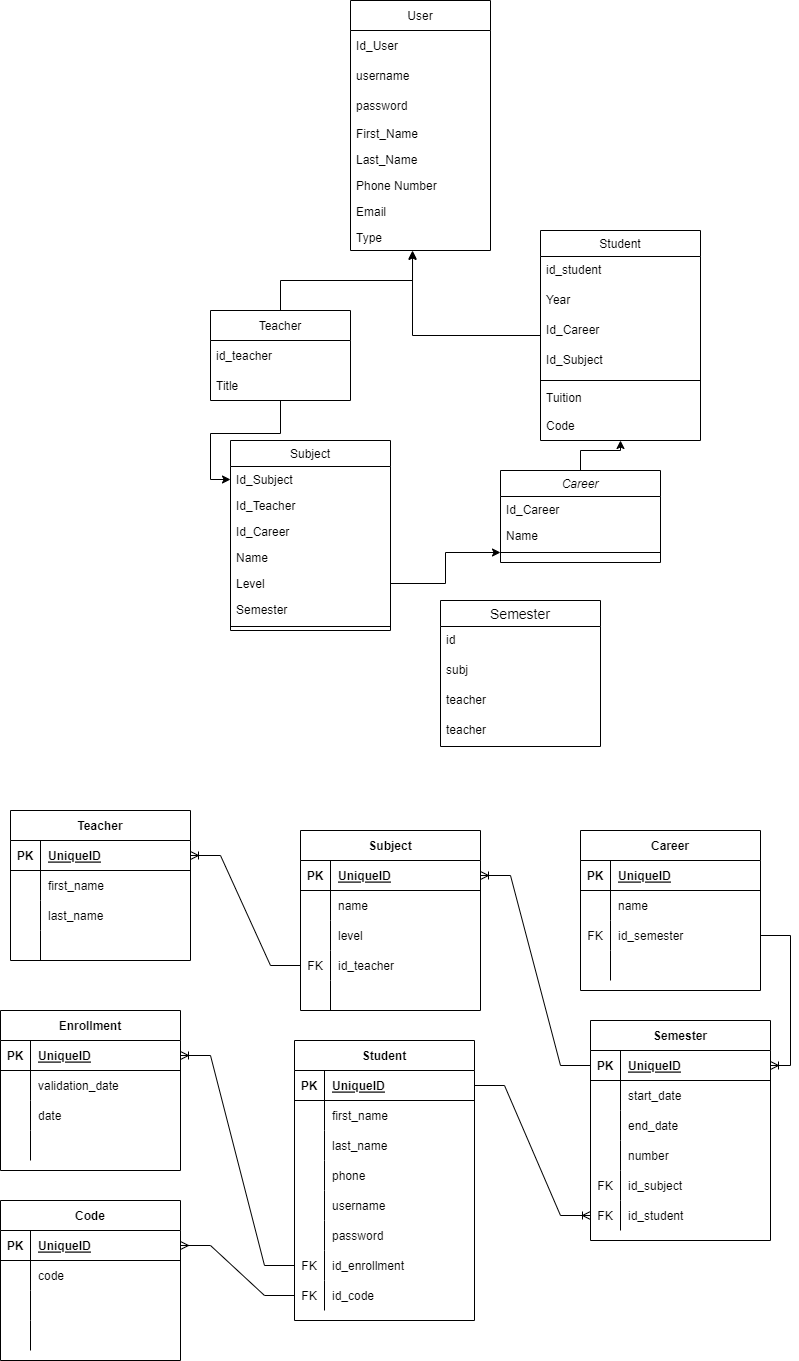
GuilleAlvarado/draw keeps this draw.io diagram as University Diagram.drawio.png. Above is the earlier version. Source tidied: cells renumbered, new cells last; positions are measured from the earlier drawing's top-left corner, leaving out a move shared by most shapes.
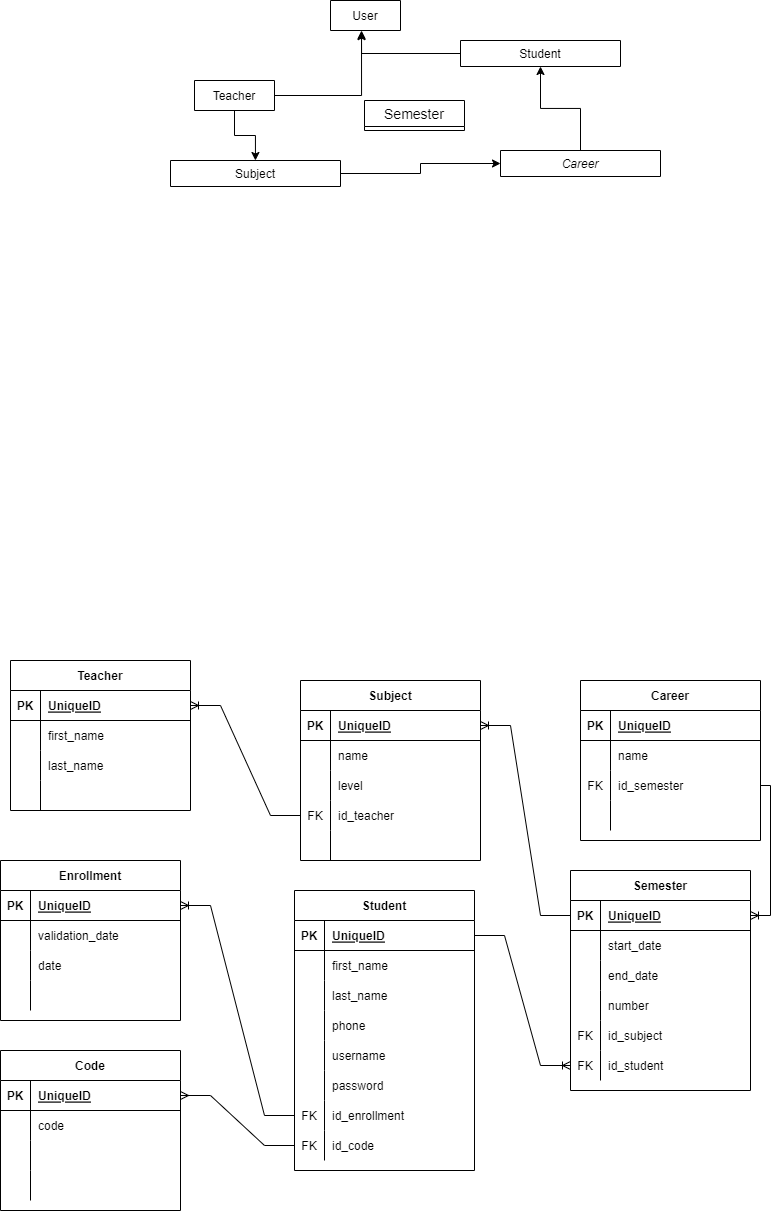
Above is the later version.

Change to the diagram source:
```diff
@@ -5,129 +5,24 @@
     <mxCell id="2" style="edgeStyle=orthogonalEdgeStyle;rounded=0;jettySize=auto;html=1;entryX=0.5;entryY=1;entryDx=0;entryDy=0;" parent="1" edge="1" source="3" target="16">
       <mxGeometry relative="1" as="geometry" />
     </mxCell>
-    <mxCell id="3" value="Career" style="swimlane;fontStyle=2;align=center;verticalAlign=top;horizontal=1;startSize=26;rounded=0;shadow=0;strokeWidth=1;" parent="1" vertex="1">
-      <mxGeometry x="500" y="470" width="160" height="92" as="geometry" />
+    <mxCell id="3" value="Career" style="swimlane;fontStyle=2;align=center;verticalAlign=top;horizontal=1;startSize=26;rounded=0;shadow=0;strokeWidth=1;" parent="1" vertex="1" collapsed="1">
+      <mxGeometry x="520" y="150" width="160" height="26" as="geometry" />
     </mxCell>
-    <mxCell id="4" value="Id_Career" style="text;align=left;verticalAlign=top;spacingLeft=4;spacingRight=4;overflow=hidden;" parent="3" vertex="1">
-      <mxGeometry y="26" width="160" height="26" as="geometry" />
-    </mxCell>
-    <mxCell id="5" value="Name" style="text;align=left;verticalAlign=top;spacingLeft=4;spacingRight=4;overflow=hidden;rounded=0;shadow=0;html=0;" parent="3" vertex="1">
-      <mxGeometry y="52" width="160" height="26" as="geometry" />
-    </mxCell>
-    <mxCell id="6" style="line;html=1;strokeWidth=1;align=left;verticalAlign=middle;spacingTop=-1;spacingLeft=3;spacingRight=3;labelPosition=right;points=[];portConstraint=eastwest;" parent="3" vertex="1">
-      <mxGeometry y="78" width="160" height="8" as="geometry" />
-    </mxCell>
-    <mxCell id="7" value="Subject" style="swimlane;fontStyle=0;align=center;verticalAlign=top;horizontal=1;startSize=26;rounded=0;shadow=0;strokeWidth=1;" parent="1" vertex="1">
-      <mxGeometry x="230" y="440" width="160" height="190" as="geometry" />
+    <mxCell id="7" value="Subject" style="swimlane;fontStyle=0;align=center;verticalAlign=top;horizontal=1;startSize=26;rounded=0;shadow=0;strokeWidth=1;" parent="1" vertex="1" collapsed="1">
+      <mxGeometry x="190" y="160" width="170" height="26" as="geometry" />
     </mxCell>
-    <mxCell id="8" value="Id_Subject" style="text;align=left;verticalAlign=top;spacingLeft=4;spacingRight=4;overflow=hidden;points=[[0,0.5],[1,0.5]];portConstraint=eastwest;" parent="7" vertex="1">
-      <mxGeometry y="26" width="160" height="26" as="geometry" />
-    </mxCell>
-    <mxCell id="9" value="Id_Teacher" style="text;align=left;verticalAlign=top;spacingLeft=4;spacingRight=4;overflow=hidden;" parent="7" vertex="1">
-      <mxGeometry y="52" width="160" height="26" as="geometry" />
-    </mxCell>
-    <mxCell id="10" value="Id_Career" style="text;align=left;verticalAlign=top;spacingLeft=4;spacingRight=4;overflow=hidden;" parent="7" vertex="1">
-      <mxGeometry y="78" width="160" height="26" as="geometry" />
-    </mxCell>
-    <mxCell id="11" value="Name" style="text;align=left;verticalAlign=top;spacingLeft=4;spacingRight=4;overflow=hidden;" parent="7" vertex="1">
-      <mxGeometry y="104" width="160" height="26" as="geometry" />
-    </mxCell>
-    <mxCell id="12" value="Level" style="text;align=left;verticalAlign=top;spacingLeft=4;spacingRight=4;overflow=hidden;points=[[0,0.5],[1,0.5]];portConstraint=eastwest;" parent="7" vertex="1">
-      <mxGeometry y="130" width="160" height="26" as="geometry" />
-    </mxCell>
-    <mxCell id="13" value="Semester" style="text;align=left;verticalAlign=top;spacingLeft=4;spacingRight=4;overflow=hidden;" parent="7" vertex="1">
-      <mxGeometry y="156" width="160" height="26" as="geometry" />
-    </mxCell>
-    <mxCell id="14" style="line;html=1;strokeWidth=1;align=left;verticalAlign=middle;spacingTop=-1;spacingLeft=3;spacingRight=3;labelPosition=right;" parent="7" vertex="1">
-      <mxGeometry y="182" width="160" height="8" as="geometry" />
-    </mxCell>
-    <mxCell id="15" style="edgeStyle=orthogonalEdgeStyle;rounded=0;jettySize=auto;html=1;entryX=0.443;entryY=1.038;entryDx=0;entryDy=0;entryPerimeter=0;" parent="1" edge="1" source="16" target="32">
-      <mxGeometry relative="1" as="geometry" />
-    </mxCell>
-    <mxCell id="16" value="Student" style="swimlane;fontStyle=0;align=center;verticalAlign=top;horizontal=1;startSize=26;rounded=0;shadow=0;strokeWidth=1;" parent="1" vertex="1">
-      <mxGeometry x="540" y="230" width="160" height="210" as="geometry" />
+    <mxCell id="16" value="Student" style="swimlane;fontStyle=0;align=center;verticalAlign=top;horizontal=1;startSize=26;rounded=0;shadow=0;strokeWidth=1;" parent="1" vertex="1" collapsed="1">
+      <mxGeometry x="480" y="40" width="160" height="26" as="geometry" />
     </mxCell>
-    <mxCell id="17" value="id_student" style="text;align=left;verticalAlign=top;spacingLeft=4;spacingRight=4;overflow=hidden;rounded=0;shadow=0;html=0;" parent="16" vertex="1">
-      <mxGeometry y="26" width="160" height="30" as="geometry" />
-    </mxCell>
-    <mxCell id="18" value="Year" style="text;align=left;verticalAlign=top;spacingLeft=4;spacingRight=4;overflow=hidden;rounded=0;shadow=0;html=0;" parent="16" vertex="1">
-      <mxGeometry y="56" width="160" height="30" as="geometry" />
-    </mxCell>
-    <mxCell id="19" value="Id_Career" style="text;align=left;verticalAlign=top;spacingLeft=4;spacingRight=4;overflow=hidden;rounded=0;shadow=0;html=0;" parent="16" vertex="1">
-      <mxGeometry y="86" width="160" height="30" as="geometry" />
-    </mxCell>
-    <mxCell id="20" value="Id_Subject" style="text;align=left;verticalAlign=top;spacingLeft=4;spacingRight=4;overflow=hidden;rounded=0;shadow=0;html=0;" parent="16" vertex="1">
-      <mxGeometry y="116" width="160" height="30" as="geometry" />
-    </mxCell>
-    <mxCell id="21" style="line;html=1;strokeWidth=1;align=left;verticalAlign=middle;spacingTop=-1;spacingLeft=3;spacingRight=3;labelPosition=right;" parent="16" vertex="1">
-      <mxGeometry y="146" width="160" height="8" as="geometry" />
-    </mxCell>
-    <mxCell id="22" value="Tuition" style="text;align=left;verticalAlign=top;spacingLeft=4;spacingRight=4;overflow=hidden;" parent="16" vertex="1">
-      <mxGeometry y="154" width="160" height="26" as="geometry" />
-    </mxCell>
-    <mxCell id="23" value="Code" style="text;strokeColor=none;fillColor=none;align=left;verticalAlign=middle;spacingLeft=4;spacingRight=4;overflow=hidden;" parent="16" vertex="1">
-      <mxGeometry y="180" width="160" height="30" as="geometry" />
-    </mxCell>
-    <mxCell id="24" value="User" style="swimlane;fontStyle=0;horizontal=1;startSize=30;" parent="1" vertex="1">
-      <mxGeometry x="350" width="140" height="250" as="geometry" />
+    <mxCell id="24" value="User" style="swimlane;fontStyle=0;horizontal=1;startSize=30;" parent="1" vertex="1" collapsed="1">
+      <mxGeometry x="350" width="70" height="30" as="geometry" />
     </mxCell>
-    <mxCell id="25" value="Id_User" style="text;strokeColor=none;fillColor=none;align=left;verticalAlign=middle;spacingLeft=4;spacingRight=4;overflow=hidden;" parent="24" vertex="1">
-      <mxGeometry y="30" width="140" height="30" as="geometry" />
-    </mxCell>
-    <mxCell id="26" value="username" style="text;strokeColor=none;fillColor=none;align=left;verticalAlign=middle;spacingLeft=4;spacingRight=4;overflow=hidden;" parent="24" vertex="1">
-      <mxGeometry y="60" width="140" height="30" as="geometry" />
-    </mxCell>
-    <mxCell id="27" value="password" style="text;strokeColor=none;fillColor=none;align=left;verticalAlign=middle;spacingLeft=4;spacingRight=4;overflow=hidden;" parent="24" vertex="1">
-      <mxGeometry y="90" width="140" height="30" as="geometry" />
-    </mxCell>
-    <mxCell id="28" value="First_Name" style="text;align=left;verticalAlign=top;spacingLeft=4;spacingRight=4;overflow=hidden;rounded=0;shadow=0;html=0;" parent="24" vertex="1">
-      <mxGeometry y="120" width="140" height="26" as="geometry" />
-    </mxCell>
-    <mxCell id="29" value="Last_Name" style="text;align=left;verticalAlign=top;spacingLeft=4;spacingRight=4;overflow=hidden;rounded=0;shadow=0;html=0;" parent="24" vertex="1">
-      <mxGeometry y="146" width="140" height="26" as="geometry" />
-    </mxCell>
-    <mxCell id="30" value="Phone Number " style="text;align=left;verticalAlign=top;spacingLeft=4;spacingRight=4;overflow=hidden;rounded=0;shadow=0;html=0;" parent="24" vertex="1">
-      <mxGeometry y="172" width="140" height="26" as="geometry" />
-    </mxCell>
-    <mxCell id="31" value="Email" style="text;align=left;verticalAlign=top;spacingLeft=4;spacingRight=4;overflow=hidden;rounded=0;shadow=0;html=0;" parent="24" vertex="1">
-      <mxGeometry y="198" width="140" height="26" as="geometry" />
-    </mxCell>
-    <mxCell id="32" value="Type" style="text;align=left;verticalAlign=top;spacingLeft=4;spacingRight=4;overflow=hidden;points=[[0,0.5],[1,0.5]];portConstraint=eastwest;rounded=0;shadow=0;html=0;" parent="24" vertex="1">
-      <mxGeometry y="224" width="140" height="26" as="geometry" />
-    </mxCell>
-    <mxCell id="33" style="edgeStyle=orthogonalEdgeStyle;rounded=0;jettySize=auto;html=1;" parent="1" edge="1" source="35" target="8">
-      <mxGeometry relative="1" as="geometry" />
-    </mxCell>
-    <mxCell id="34" style="edgeStyle=orthogonalEdgeStyle;rounded=0;jettySize=auto;html=1;entryX=0.443;entryY=1;entryDx=0;entryDy=0;entryPerimeter=0;" parent="1" edge="1" source="35" target="32">
-      <mxGeometry relative="1" as="geometry" />
-    </mxCell>
-    <mxCell id="35" value="Teacher" style="swimlane;fontStyle=0;horizontal=1;startSize=30;" parent="1" vertex="1">
-      <mxGeometry x="210" y="310" width="140" height="90" as="geometry" />
+    <mxCell id="35" value="Teacher" style="swimlane;fontStyle=0;horizontal=1;startSize=30;" parent="1" vertex="1" collapsed="1">
+      <mxGeometry x="214" y="80" width="80" height="30" as="geometry" />
     </mxCell>
-    <mxCell id="36" value="id_teacher" style="text;strokeColor=none;fillColor=none;align=left;verticalAlign=middle;spacingLeft=4;spacingRight=4;overflow=hidden;" parent="35" vertex="1">
-      <mxGeometry y="30" width="140" height="30" as="geometry" />
-    </mxCell>
-    <mxCell id="37" value="Title" style="text;strokeColor=none;fillColor=none;align=left;verticalAlign=middle;spacingLeft=4;spacingRight=4;overflow=hidden;" parent="35" vertex="1">
-      <mxGeometry y="60" width="140" height="30" as="geometry" />
-    </mxCell>
-    <mxCell id="38" style="edgeStyle=orthogonalEdgeStyle;rounded=0;jettySize=auto;html=1;" parent="1" edge="1" source="12" target="6">
-      <mxGeometry relative="1" as="geometry" />
-    </mxCell>
-    <mxCell id="39" value="Semester" style="swimlane;fontStyle=0;horizontal=1;startSize=26;align=center;fontSize=14;" parent="1" vertex="1">
-      <mxGeometry x="440" y="600" width="160" height="146" as="geometry" />
+    <mxCell id="39" value="Semester" style="swimlane;fontStyle=0;horizontal=1;startSize=26;align=center;fontSize=14;" parent="1" vertex="1" collapsed="1">
+      <mxGeometry x="384" y="100" width="100" height="30" as="geometry" />
     </mxCell>
-    <mxCell id="40" value="id" style="text;strokeColor=none;fillColor=none;spacingLeft=4;spacingRight=4;overflow=hidden;fontSize=12;" parent="39" vertex="1">
-      <mxGeometry y="26" width="160" height="30" as="geometry" />
-    </mxCell>
-    <mxCell id="41" value="subj&#10;" style="text;strokeColor=none;fillColor=none;spacingLeft=4;spacingRight=4;overflow=hidden;fontSize=12;" parent="39" vertex="1">
-      <mxGeometry y="56" width="160" height="30" as="geometry" />
-    </mxCell>
-    <mxCell id="42" value="teacher" style="text;strokeColor=none;fillColor=none;spacingLeft=4;spacingRight=4;overflow=hidden;fontSize=12;" parent="39" vertex="1">
-      <mxGeometry y="86" width="160" height="30" as="geometry" />
-    </mxCell>
-    <mxCell id="43" value="teacher" style="text;strokeColor=none;fillColor=none;spacingLeft=4;spacingRight=4;overflow=hidden;fontSize=12;" parent="39" vertex="1">
-      <mxGeometry y="116" width="160" height="30" as="geometry" />
-    </mxCell>
     <mxCell id="44" style="edgeStyle=entityRelationEdgeStyle;fontSize=12;html=1;endArrow=ERoneToMany;rounded=0;exitX=0;exitY=0.5;exitDx=0;exitDy=0;entryX=1;entryY=0.5;entryDx=0;entryDy=0;" parent="1" edge="1" source="108" target="128">
       <mxGeometry relative="1" as="geometry" />
     </mxCell>
@@ -138,7 +33,7 @@
       <mxGeometry relative="1" as="geometry" />
     </mxCell>
     <mxCell id="47" value="Subject" style="shape=table;startSize=30;rowLines=0;fontStyle=1;align=center;" parent="1" vertex="1">
-      <mxGeometry x="300" y="830" width="180" height="180" as="geometry" />
+      <mxGeometry x="320" y="680" width="180" height="180" as="geometry" />
     </mxCell>
     <mxCell id="48" style="shape=tableRow;horizontal=0;startSize=0;swimlaneHead=0;swimlaneBody=0;fillColor=none;points=[[0,0.5],[1,0.5]];portConstraint=eastwest;top=0;left=0;right=0;bottom=1;" parent="47" vertex="1">
       <mxGeometry y="30" width="180" height="30" as="geometry" />
@@ -186,7 +81,7 @@
       <mxGeometry x="30" width="150" height="30" as="geometry" />
     </mxCell>
     <mxCell id="63" value="Career" style="shape=table;startSize=30;rowLines=0;fontStyle=1;align=center;" parent="1" vertex="1">
-      <mxGeometry x="580" y="830" width="180" height="160" as="geometry" />
+      <mxGeometry x="600" y="680" width="180" height="160" as="geometry" />
     </mxCell>
     <mxCell id="64" style="shape=tableRow;horizontal=0;startSize=0;swimlaneHead=0;swimlaneBody=0;fillColor=none;top=0;left=0;right=0;bottom=1;" parent="63" vertex="1">
       <mxGeometry y="30" width="180" height="30" as="geometry" />
@@ -225,7 +120,7 @@
       <mxGeometry x="30" width="150" height="30" as="geometry" />
     </mxCell>
     <mxCell id="76" value="Teacher" style="shape=table;startSize=30;rowLines=0;fontStyle=1;align=center;" parent="1" vertex="1">
-      <mxGeometry x="10" y="810" width="180" height="150" as="geometry" />
+      <mxGeometry x="30" y="660" width="180" height="150" as="geometry" />
     </mxCell>
     <mxCell id="77" style="shape=tableRow;horizontal=0;startSize=0;swimlaneHead=0;swimlaneBody=0;fillColor=none;points=[[0,0.5],[1,0.5]];portConstraint=eastwest;top=0;left=0;right=0;bottom=1;" parent="76" vertex="1">
       <mxGeometry y="30" width="180" height="30" as="geometry" />
@@ -264,7 +159,7 @@
       <mxGeometry x="30" width="150" height="30" as="geometry" />
     </mxCell>
     <mxCell id="89" value="Student" style="shape=table;startSize=30;rowLines=0;fontStyle=1;align=center;" parent="1" vertex="1">
-      <mxGeometry x="294" y="1040" width="180" height="280" as="geometry" />
+      <mxGeometry x="314" y="890" width="180" height="280" as="geometry" />
     </mxCell>
     <mxCell id="90" style="shape=tableRow;horizontal=0;startSize=0;swimlaneHead=0;swimlaneBody=0;fillColor=none;points=[[0,0.5],[1,0.5]];portConstraint=eastwest;top=0;left=0;right=0;bottom=1;" parent="89" vertex="1">
       <mxGeometry y="30" width="180" height="30" as="geometry" />
@@ -339,7 +234,7 @@
       <mxGeometry x="30" width="150" height="30" as="geometry" />
     </mxCell>
     <mxCell id="114" value="Code" style="shape=table;startSize=30;rowLines=0;fontStyle=1;align=center;" parent="1" vertex="1">
-      <mxGeometry y="1200" width="180" height="160" as="geometry" />
+      <mxGeometry x="20" y="1050" width="180" height="160" as="geometry" />
     </mxCell>
     <mxCell id="115" style="shape=tableRow;horizontal=0;startSize=0;swimlaneHead=0;swimlaneBody=0;fillColor=none;points=[[0,0.5],[1,0.5]];portConstraint=eastwest;top=0;left=0;right=0;bottom=1;" parent="114" vertex="1">
       <mxGeometry y="30" width="180" height="30" as="geometry" />
@@ -378,7 +273,7 @@
       <mxGeometry x="30" width="150" height="30" as="geometry" />
     </mxCell>
     <mxCell id="127" value="Enrollment" style="shape=table;startSize=30;rowLines=0;fontStyle=1;align=center;" parent="1" vertex="1">
-      <mxGeometry y="1010" width="180" height="160" as="geometry" />
+      <mxGeometry x="20" y="860" width="180" height="160" as="geometry" />
     </mxCell>
     <mxCell id="128" style="shape=tableRow;horizontal=0;startSize=0;swimlaneHead=0;swimlaneBody=0;fillColor=none;points=[[0,0.5],[1,0.5]];portConstraint=eastwest;top=0;left=0;right=0;bottom=1;" parent="127" vertex="1">
       <mxGeometry y="30" width="180" height="30" as="geometry" />
@@ -417,7 +312,7 @@
       <mxGeometry x="30" width="150" height="30" as="geometry" />
     </mxCell>
     <mxCell id="140" value="Semester" style="shape=table;startSize=30;rowLines=0;fontStyle=1;align=center;" parent="1" vertex="1">
-      <mxGeometry x="590" y="1020" width="180" height="220" as="geometry" />
+      <mxGeometry x="590" y="870" width="180" height="220" as="geometry" />
     </mxCell>
     <mxCell id="141" style="shape=tableRow;horizontal=0;startSize=0;swimlaneHead=0;swimlaneBody=0;fillColor=none;points=[[0,0.5],[1,0.5]];portConstraint=eastwest;top=0;left=0;right=0;bottom=1;" parent="140" vertex="1">
       <mxGeometry y="30" width="180" height="30" as="geometry" />
```
